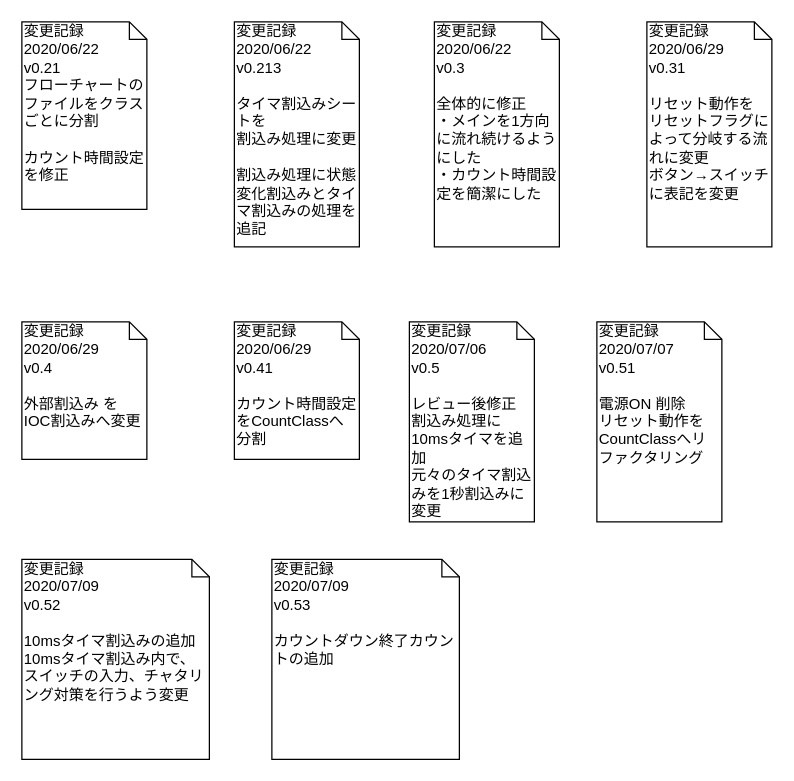
This is page "変更記録" (4 of 4) of 資料/設計/フローチャート/flowchart_main_v0.54.drawio from hakohumi/comp.Kitchen_Timer, a draw.io file, before an edit. Source tidied: cells renumbered, new cells numbered last; positions are measured from the earlier drawing's top-left corner, leaving out a move shared by most shapes. Both pictures are drawn from the tidied source at 125%, with x=0, y=0 at pixel (21, 21).
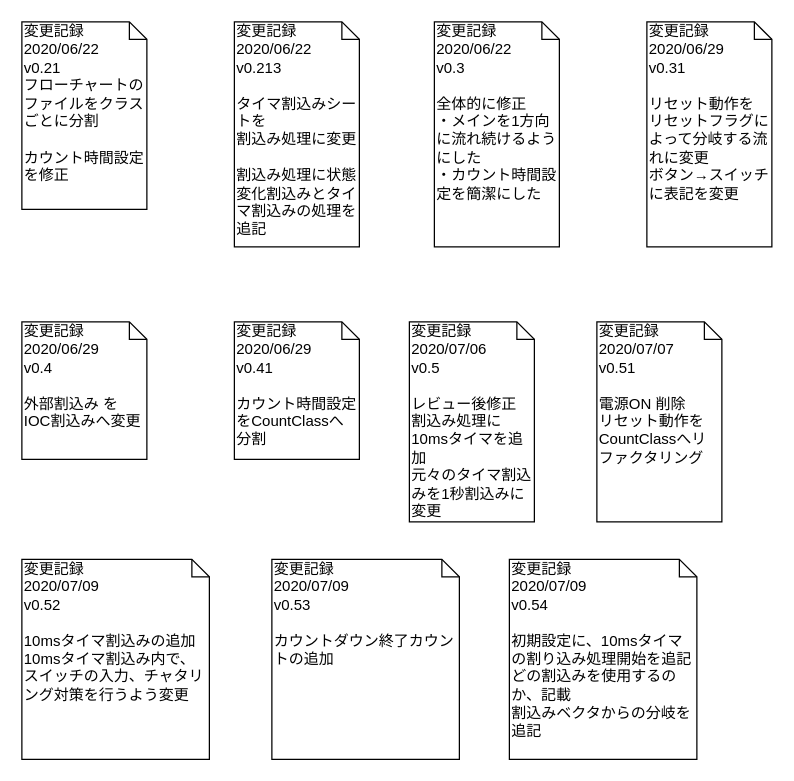
The same diagram, later.

The edit, as a diff of the source:
```diff
@@
 <mxGraphModel>
   <root>
     <mxCell id="0" />
     <mxCell id="1" parent="0" />
     <mxCell id="2" value="変更記録&lt;br&gt;2020/06/22&lt;br&gt;v0.21&lt;br&gt;フローチャートのファイルをクラスごとに分割&lt;br&gt;&lt;br&gt;カウント時間設定を修正" style="shape=note;whiteSpace=wrap;html=1;size=14;verticalAlign=top;align=left;spacingTop=-6;" parent="1" vertex="1">
       <mxGeometry width="100" height="150" as="geometry" />
     </mxCell>
     <mxCell id="3" value="変更記録&lt;br&gt;2020/06/22&lt;br&gt;v0.213&lt;br&gt;&lt;br&gt;タイマ割込みシートを&lt;br&gt;割込み処理に変更&lt;br&gt;&lt;br&gt;割込み処理に状態変化割込みとタイマ割込みの処理を追記" style="shape=note;whiteSpace=wrap;html=1;size=14;verticalAlign=top;align=left;spacingTop=-6;" parent="1" vertex="1">
       <mxGeometry x="170" width="100" height="180" as="geometry" />
     </mxCell>
     <mxCell id="4" value="変更記録&lt;br&gt;2020/06/22&lt;br&gt;v0.3&lt;br&gt;&lt;br&gt;全体的に修正&lt;br&gt;・メインを1方向に流れ続けるようにした&lt;br&gt;・カウント時間設定を簡潔にした" style="shape=note;whiteSpace=wrap;html=1;size=14;verticalAlign=top;align=left;spacingTop=-6;" parent="1" vertex="1">
       <mxGeometry x="330" width="100" height="180" as="geometry" />
     </mxCell>
     <mxCell id="5" value="変更記録&lt;br&gt;2020/06/29&lt;br&gt;v0.31&lt;br&gt;&lt;br&gt;リセット動作を&lt;br&gt;リセットフラグによって分岐する流れに変更&lt;br&gt;ボタン→スイッチに表記を変更" style="shape=note;whiteSpace=wrap;html=1;size=14;verticalAlign=top;align=left;spacingTop=-6;" parent="1" vertex="1">
       <mxGeometry x="500" width="100" height="180" as="geometry" />
     </mxCell>
     <mxCell id="6" value="変更記録&lt;br&gt;2020/06/29&lt;br&gt;v0.4&lt;br&gt;&lt;br&gt;外部割込み を IOC割込みへ変更&lt;br&gt;&lt;br&gt;" style="shape=note;whiteSpace=wrap;html=1;size=14;verticalAlign=top;align=left;spacingTop=-6;" parent="1" vertex="1">
       <mxGeometry y="240" width="100" height="110" as="geometry" />
     </mxCell>
     <mxCell id="7" value="変更記録&lt;br&gt;2020/06/29&lt;br&gt;v0.41&lt;br&gt;&lt;br&gt;カウント時間設定をCountClassへ分割" style="shape=note;whiteSpace=wrap;html=1;size=14;verticalAlign=top;align=left;spacingTop=-6;" parent="1" vertex="1">
       <mxGeometry x="170" y="240" width="100" height="110" as="geometry" />
     </mxCell>
     <mxCell id="8" value="変更記録&lt;br&gt;2020/07/06&lt;br&gt;v0.5&lt;br&gt;&lt;br&gt;レビュー後修正&lt;br&gt;割込み処理に&lt;br&gt;10msタイマを追加&lt;br&gt;元々のタイマ割込みを1秒割込みに変更" style="shape=note;whiteSpace=wrap;html=1;size=14;verticalAlign=top;align=left;spacingTop=-6;" parent="1" vertex="1">
       <mxGeometry x="310" y="240" width="100" height="160" as="geometry" />
     </mxCell>
     <mxCell id="9" value="変更記録&lt;br&gt;2020/07/07&lt;br&gt;v0.51&lt;br&gt;&lt;br&gt;電源ON 削除&lt;br&gt;リセット動作をCountClassへリファクタリング" style="shape=note;whiteSpace=wrap;html=1;size=14;verticalAlign=top;align=left;spacingTop=-6;" parent="1" vertex="1">
       <mxGeometry x="460" y="240" width="100" height="160" as="geometry" />
     </mxCell>
     <mxCell id="10" value="変更記録&lt;br&gt;2020/07/09&lt;br&gt;v0.52&lt;br&gt;&lt;br&gt;10msタイマ割込みの追加&lt;br&gt;10msタイマ割込み内で、スイッチの入力、チャタリング対策を行うよう変更" style="shape=note;whiteSpace=wrap;html=1;size=14;verticalAlign=top;align=left;spacingTop=-6;" parent="1" vertex="1">
       <mxGeometry y="430" width="150" height="160" as="geometry" />
     </mxCell>
     <mxCell id="11" value="変更記録&lt;br&gt;2020/07/09&lt;br&gt;v0.53&lt;br&gt;&lt;br&gt;カウントダウン終了カウントの追加" style="shape=note;whiteSpace=wrap;html=1;size=14;verticalAlign=top;align=left;spacingTop=-6;" parent="1" vertex="1">
       <mxGeometry x="200" y="430" width="150" height="160" as="geometry" />
     </mxCell>
+    <mxCell id="12" value="変更記録&lt;br&gt;2020/07/09&lt;br&gt;v0.54&lt;br&gt;&lt;br&gt;初期設定に、10msタイマの割り込み処理開始を追記&lt;br&gt;どの割込みを使用するのか、記載&lt;br&gt;割込みベクタからの分岐を追記" style="shape=note;whiteSpace=wrap;html=1;size=14;verticalAlign=top;align=left;spacingTop=-6;" parent="1" vertex="1">
+      <mxGeometry x="390" y="430" width="150" height="160" as="geometry" />
+    </mxCell>
   </root>
 </mxGraphModel>
```
